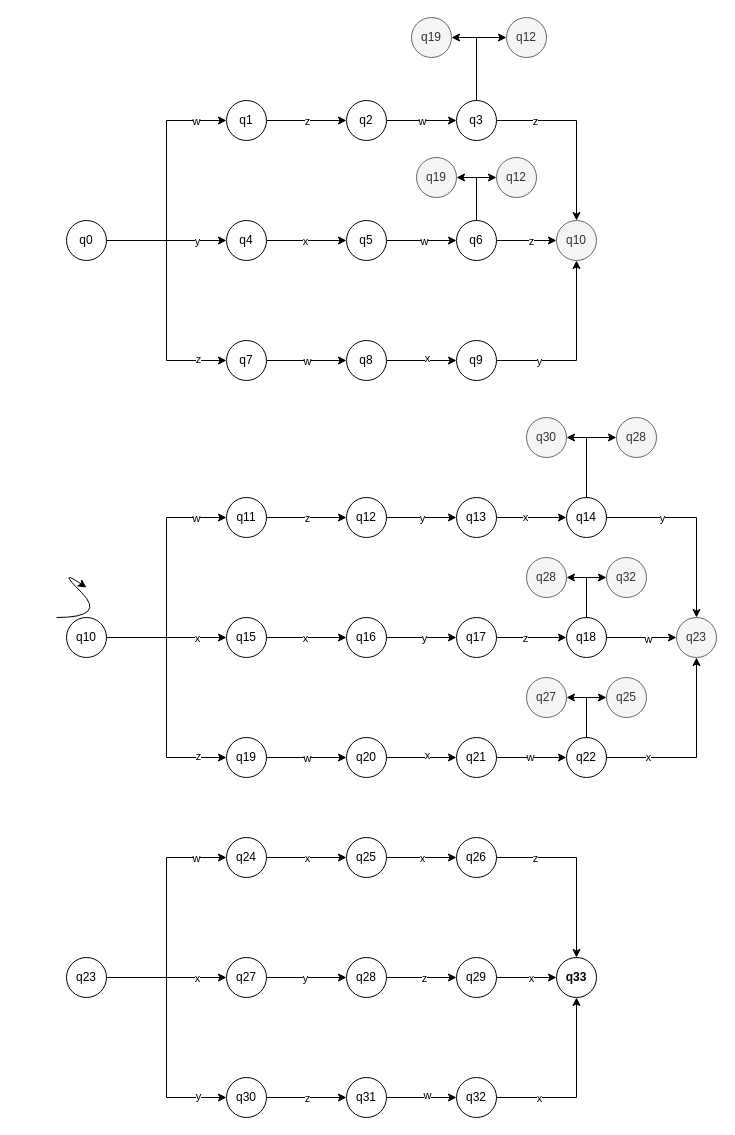
Above: Exercício 03.50 .drawio in PSRprogam/iesb (draw.io), before the change. Source tidied: cells renumbered, new cells numbered last; positions are measured from the earlier drawing's top-left corner, leaving out a move shared by most shapes. Both pictures are drawn from the tidied source at 100%, with x=0, y=0 at pixel (56, 17).
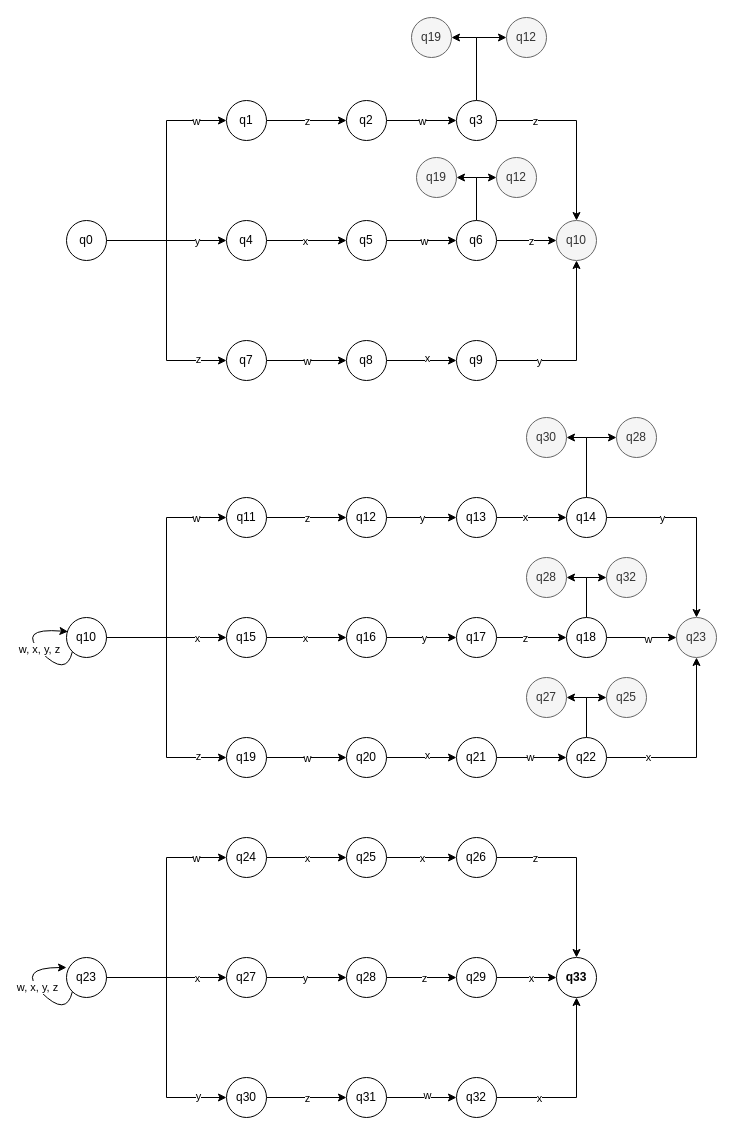
The same diagram, later.

The change refers to these unchanged cells:
```xml
<mxCell id="47" value="q23" style="ellipse;whiteSpace=wrap;html=1;" parent="1" vertex="1">
  <mxGeometry x="10" y="940" width="40" height="40" as="geometry" />
</mxCell>
<mxCell id="82" value="q10" style="ellipse;whiteSpace=wrap;html=1;" parent="1" vertex="1">
  <mxGeometry x="10" y="600" width="40" height="40" as="geometry" />
</mxCell>
```

What changed in the source:
```diff
@@
-    <mxCell id="136" style="curved=1;endArrow=classic;html=1;rounded=0;" parent="1" edge="1">
-      <mxGeometry relative="1" as="geometry">
-        <mxPoint y="600" as="sourcePoint" />
-        <mxPoint x="30" y="570" as="targetPoint" />
-        <Array as="points">
-          <mxPoint x="50" y="600" />
-          <mxPoint y="550" />
-        </Array>
-      </mxGeometry>
-    </mxCell>
+    <mxCell id="137" style="curved=1;endArrow=classic;html=1;rounded=0;exitX=0;exitY=1;exitDx=0;exitDy=0;entryX=0.037;entryY=0.353;entryDx=0;entryDy=0;entryPerimeter=0;" parent="1" edge="1" source="82" target="82">
+      <mxGeometry relative="1" as="geometry">
+        <Array as="points">
+          <mxPoint x="10" y="660" />
+          <mxPoint x="-40" y="610" />
+        </Array>
+      </mxGeometry>
+    </mxCell>
+    <mxCell id="138" value="w, x, y, z" style="edgeLabel;html=1;align=center;verticalAlign=middle;" parent="137" vertex="1">
+      <mxGeometry x="-0.13" relative="1" as="geometry">
+        <mxPoint y="-1" as="offset" />
+      </mxGeometry>
+    </mxCell>
+    <mxCell id="139" style="curved=1;endArrow=classic;html=1;rounded=0;exitX=0;exitY=1;exitDx=0;exitDy=0;" parent="1" edge="1" source="47">
+      <mxGeometry relative="1" as="geometry">
+        <mxPoint x="10" y="950" as="targetPoint" />
+        <Array as="points">
+          <mxPoint x="10" y="1000" />
+          <mxPoint x="-40" y="950" />
+        </Array>
+      </mxGeometry>
+    </mxCell>
+    <mxCell id="140" value="w, x, y, z" style="edgeLabel;html=1;align=center;verticalAlign=middle;" parent="139" vertex="1">
+      <mxGeometry x="-0.2" y="1" relative="1" as="geometry">
+        <mxPoint x="-6" y="-8" as="offset" />
+      </mxGeometry>
+    </mxCell>
```
